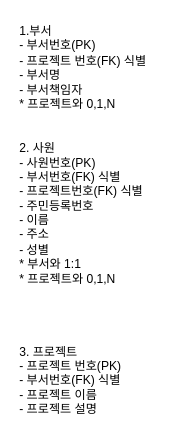
Above: page "Erwin" (2 of 3) of Untitled Diagram.drawio in oss0202/erwin (draw.io), before the change. Source tidied: cells renumbered, new cells numbered last; positions are measured from the earlier drawing's top-left corner, leaving out a move shared by most shapes. Both pictures are drawn from the tidied source at 101%, with x=0, y=0 at pixel (17, 17).
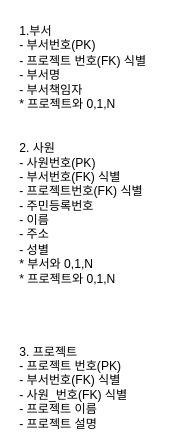
The same diagram, later.

Diff of the diagram source:
```diff
@@
 <mxGraphModel>
   <root>
     <mxCell id="0" />
     <mxCell id="1" parent="0" />
-    <mxCell id="2" value="1.부서&#10;- 부서번호(PK)&#10;- 프로젝트 번호(FK) 식별&#10;- 부서명&#10;- 부서책임자&#10;* 프로젝트와 0,1,N&#10;&#10;&#10;2. 사원&#10;- 사원번호(PK)&#10;- 부서번호(FK) 식별&#10;- 프로젝트번호(FK) 식별&#10;- 주민등록번호&#10;- 이름&#10;- 주소&#10;- 성별&#10;* 부서와 1:1&#10;* 프로젝트와 0,1,N&#10;&#10;&#10;&#10;&#10;3. 프로젝트&#10;- 프로젝트 번호(PK)&#10;- 부서번호(FK) 식별&#10;- 프로젝트 이름&#10;- 프로젝트 설명" style="text;whiteSpace=wrap;html=1;" parent="1" vertex="1">
+    <mxCell id="2" value="1.부서&lt;br&gt;- 부서번호(PK)&lt;br&gt;- 프로젝트 번호(FK) 식별&lt;br&gt;- 부서명&lt;br&gt;- 부서책임자&lt;br&gt;* 프로젝트와 0,1,N&lt;br&gt;&lt;br&gt;&lt;br&gt;2. 사원&lt;br&gt;- 사원번호(PK)&lt;br&gt;- 부서번호(FK) 식별&lt;br&gt;- 프로젝트번호(FK) 식별&lt;br&gt;- 주민등록번호&lt;br&gt;- 이름&lt;br&gt;- 주소&lt;br&gt;- 성별&lt;br&gt;* 부서와 0,1,N&lt;br&gt;* 프로젝트와 0,1,N&lt;br&gt;&lt;br&gt;&lt;br&gt;&lt;br&gt;&lt;br&gt;3. 프로젝트&lt;br&gt;- 프로젝트 번호(PK)&lt;br&gt;- 부서번호(FK) 식별&lt;br&gt;- 사원_번호(FK) 식별&lt;br&gt;- 프로젝트 이름&lt;br&gt;- 프로젝트 설명" style="text;whiteSpace=wrap;html=1;" parent="1" vertex="1">
       <mxGeometry width="160" height="390" as="geometry" />
     </mxCell>
   </root>
 </mxGraphModel>
```
